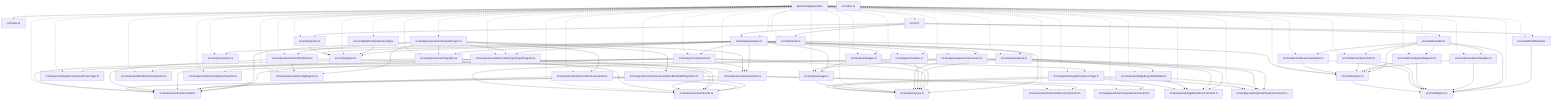
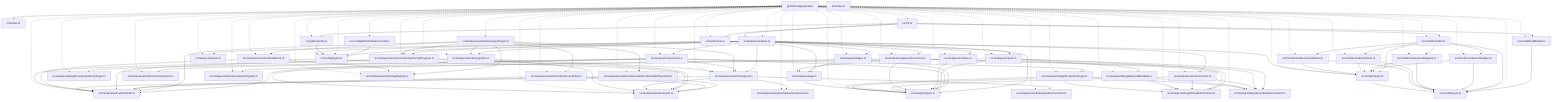
graph TD
  package__ankhorage_paradox["@ankhorage/paradox"]
  entrypoint_src_index_ts["src/index.ts"]
  package__ankhorage_paradox --> entrypoint_src_index_ts
  module_src_analyze_analyze_ts["src/analyze/analyze.ts"]
  package__ankhorage_paradox -.-> module_src_analyze_analyze_ts
  module_src_analyze_analyze_ts --> module_src_analyze_badges_ts
  module_src_analyze_analyze_ts --> module_src_analyze_components_ts
  module_src_analyze_analyze_ts --> module_src_analyze_exports_ts
  module_src_analyze_analyze_ts --> module_src_analyze_modules_ts
  module_src_analyze_analyze_ts --> module_src_analyze_project_ts
  module_src_analyze_analyze_ts --> module_src_analyze_semantic_createTypeScriptProgram_ts
  module_src_analyze_analyze_ts --> module_src_analyze_semantic_exports_ts
  module_src_analyze_analyze_ts --> module_src_analyze_semantic_graphs_ts
  module_src_analyze_analyze_ts --> module_src_analyze_sequenceScenarios_ts
+   module_src_analyze_analyze_ts --> module_src_analyze_sourceFunctions_ts
  module_src_analyze_analyze_ts --> module_src_analyze_types_ts
  module_src_analyze_analyze_ts --> module_src_analyze_usage_ts
  module_src_analyze_analyze_ts --> module_src_config_types_ts
  module_src_analyze_badges_ts["src/analyze/badges.ts"]
  package__ankhorage_paradox -.-> module_src_analyze_badges_ts
  module_src_analyze_badges_ts --> module_src_analyze_types_ts
  module_src_analyze_badges_ts --> module_src_analyze_usage_ts
  module_src_analyze_components_ts["src/analyze/components.ts"]
  package__ankhorage_paradox -.-> module_src_analyze_components_ts
  module_src_analyze_components_ts --> module_src_analyze_semantic_exports_ts
  module_src_analyze_components_ts --> module_src_analyze_semantic_model_ts
  module_src_analyze_components_ts --> module_src_analyze_types_ts
  module_src_analyze_components_ts --> module_src_analyze_utils_getComponentPropsType_ts
  module_src_analyze_components_ts --> module_src_analyze_utils_getPropsFromType_ts
  module_src_analyze_components_ts --> module_src_analyze_utils_isReactComponent_ts
  module_src_analyze_exports_ts["src/analyze/exports.ts"]
  package__ankhorage_paradox -.-> module_src_analyze_exports_ts
  module_src_analyze_exports_ts --> module_src_analyze_types_ts
  module_src_analyze_exports_ts --> module_src_analyze_utils_getExportMetadata_ts
  module_src_analyze_exports_ts --> module_src_analyze_utils_getParadoxComment_ts
  module_src_analyze_exports_ts --> module_src_analyze_utils_parseParadoxComment_ts
  module_src_analyze_exports_ts --> module_src_analyze_utils_resolveExportSymbol_ts
  module_src_analyze_modules_ts["src/analyze/modules.ts"]
  package__ankhorage_paradox -.-> module_src_analyze_modules_ts
  module_src_analyze_modules_ts --> module_src_analyze_types_ts
  module_src_analyze_project_ts["src/analyze/project.ts"]
  package__ankhorage_paradox -.-> module_src_analyze_project_ts
  module_src_analyze_semantic_analyzeProject_ts["src/analyze/semantic/analyzeProject.ts"]
  package__ankhorage_paradox -.-> module_src_analyze_semantic_analyzeProject_ts
  module_src_analyze_semantic_analyzeProject_ts --> module_src_analyze_semantic_associateDocBlocksWithSymbols_ts
  module_src_analyze_semantic_analyzeProject_ts --> module_src_analyze_semantic_collectSourceFiles_ts
  module_src_analyze_semantic_analyzeProject_ts --> module_src_analyze_semantic_createTypeScriptProgram_ts
  module_src_analyze_semantic_analyzeProject_ts --> module_src_analyze_semantic_docBlocks_ts
  module_src_analyze_semantic_analyzeProject_ts --> module_src_analyze_semantic_exports_ts
  module_src_analyze_semantic_analyzeProject_ts --> module_src_analyze_semantic_graphs_ts
  module_src_analyze_semantic_analyzeProject_ts --> module_src_analyze_semantic_model_ts
  module_src_analyze_semantic_analyzeProject_ts --> module_src_analyze_semantic_tagRegistry_ts
  module_src_analyze_semantic_associateDocBlocksWithSymbols_ts["src/analyze/semantic/associateDocBlocksWithSymbols.ts"]
  package__ankhorage_paradox -.-> module_src_analyze_semantic_associateDocBlocksWithSymbols_ts
  module_src_analyze_semantic_associateDocBlocksWithSymbols_ts --> module_src_analyze_semantic_model_ts
  module_src_analyze_semantic_associateDocBlocksWithSymbols_ts --> module_src_analyze_semantic_utils_ts
  module_src_analyze_semantic_collectSourceFiles_ts["src/analyze/semantic/collectSourceFiles.ts"]
  package__ankhorage_paradox -.-> module_src_analyze_semantic_collectSourceFiles_ts
  module_src_analyze_semantic_collectSourceFiles_ts --> module_src_analyze_semantic_model_ts
  module_src_analyze_semantic_collectSourceFiles_ts --> module_src_analyze_semantic_utils_ts
  module_src_analyze_semantic_createTypeScriptProgram_ts["src/analyze/semantic/createTypeScriptProgram.ts"]
  package__ankhorage_paradox -.-> module_src_analyze_semantic_createTypeScriptProgram_ts
  module_src_analyze_semantic_createTypeScriptProgram_ts --> module_src_analyze_semantic_model_ts
  module_src_analyze_semantic_createTypeScriptProgram_ts --> module_src_analyze_semantic_utils_ts
  module_src_analyze_semantic_docBlocks_ts["src/analyze/semantic/docBlocks.ts"]
  package__ankhorage_paradox -.-> module_src_analyze_semantic_docBlocks_ts
  module_src_analyze_semantic_docBlocks_ts --> module_src_analyze_semantic_model_ts
  module_src_analyze_semantic_docBlocks_ts --> module_src_analyze_semantic_tagRegistry_ts
  module_src_analyze_semantic_docBlocks_ts --> module_src_analyze_semantic_utils_ts
  module_src_analyze_semantic_exports_ts["src/analyze/semantic/exports.ts"]
  package__ankhorage_paradox -.-> module_src_analyze_semantic_exports_ts
  module_src_analyze_semantic_exports_ts --> module_src_analyze_semantic_isReactComponent_ts
  module_src_analyze_semantic_exports_ts --> module_src_analyze_semantic_model_ts
  module_src_analyze_semantic_exports_ts --> module_src_analyze_semantic_paradoxComment_ts
  module_src_analyze_semantic_exports_ts --> module_src_analyze_semantic_utils_ts
  module_src_analyze_semantic_graphs_ts["src/analyze/semantic/graphs.ts"]
  package__ankhorage_paradox -.-> module_src_analyze_semantic_graphs_ts
  module_src_analyze_semantic_graphs_ts --> module_src_analyze_semantic_exports_ts
  module_src_analyze_semantic_graphs_ts --> module_src_analyze_semantic_model_ts
  module_src_analyze_semantic_graphs_ts --> module_src_analyze_semantic_utils_ts
  module_src_analyze_semantic_isReactComponent_ts["src/analyze/semantic/isReactComponent.ts"]
  package__ankhorage_paradox -.-> module_src_analyze_semantic_isReactComponent_ts
  module_src_analyze_semantic_model_ts["src/analyze/semantic/model.ts"]
  package__ankhorage_paradox -.-> module_src_analyze_semantic_model_ts
  module_src_analyze_semantic_paradoxComment_ts["src/analyze/semantic/paradoxComment.ts"]
  package__ankhorage_paradox -.-> module_src_analyze_semantic_paradoxComment_ts
  module_src_analyze_semantic_tagRegistry_ts["src/analyze/semantic/tagRegistry.ts"]
  package__ankhorage_paradox -.-> module_src_analyze_semantic_tagRegistry_ts
  module_src_analyze_semantic_utils_ts["src/analyze/semantic/utils.ts"]
  package__ankhorage_paradox -.-> module_src_analyze_semantic_utils_ts
  module_src_analyze_sequenceScenarios_ts["src/analyze/sequenceScenarios.ts"]
  package__ankhorage_paradox -.-> module_src_analyze_sequenceScenarios_ts
  module_src_analyze_sequenceScenarios_ts --> module_src_analyze_semantic_utils_ts
  module_src_analyze_sequenceScenarios_ts --> module_src_analyze_types_ts
  module_src_analyze_sequenceScenarios_ts --> module_src_analyze_usage_ts
  module_src_analyze_sequenceScenarios_ts --> module_src_analyze_utils_getParadoxComment_ts
  module_src_analyze_sequenceScenarios_ts --> module_src_analyze_utils_parseParadoxComment_ts
+   module_src_analyze_sourceFunctions_ts["src/analyze/sourceFunctions.ts"]
+   package__ankhorage_paradox -.-> module_src_analyze_sourceFunctions_ts
+   module_src_analyze_sourceFunctions_ts --> module_src_analyze_types_ts
+   module_src_analyze_sourceFunctions_ts --> module_src_analyze_utils_getParadoxComment_ts
+   module_src_analyze_sourceFunctions_ts --> module_src_analyze_utils_parseParadoxComment_ts
  module_src_analyze_types_ts["src/analyze/types.ts"]
  package__ankhorage_paradox -.-> module_src_analyze_types_ts
  module_src_analyze_usage_ts["src/analyze/usage.ts"]
  package__ankhorage_paradox -.-> module_src_analyze_usage_ts
  module_src_analyze_usage_ts --> module_src_analyze_types_ts
  module_src_analyze_utils_getComponentPropsType_ts["src/analyze/utils/getComponentPropsType.ts"]
  package__ankhorage_paradox -.-> module_src_analyze_utils_getComponentPropsType_ts
  module_src_analyze_utils_getExportMetadata_ts["src/analyze/utils/getExportMetadata.ts"]
  package__ankhorage_paradox -.-> module_src_analyze_utils_getExportMetadata_ts
  module_src_analyze_utils_getExportMetadata_ts --> module_src_analyze_types_ts
  module_src_analyze_utils_getExportMetadata_ts --> module_src_analyze_utils_getParadoxComment_ts
  module_src_analyze_utils_getExportMetadata_ts --> module_src_analyze_utils_parseParadoxComment_ts
  module_src_analyze_utils_getParadoxComment_ts["src/analyze/utils/getParadoxComment.ts"]
  package__ankhorage_paradox -.-> module_src_analyze_utils_getParadoxComment_ts
  module_src_analyze_utils_getPropsFromType_ts["src/analyze/utils/getPropsFromType.ts"]
  package__ankhorage_paradox -.-> module_src_analyze_utils_getPropsFromType_ts
  module_src_analyze_utils_getPropsFromType_ts --> module_src_analyze_types_ts
  module_src_analyze_utils_getPropsFromType_ts --> module_src_analyze_utils_getParadoxComment_ts
  module_src_analyze_utils_getPropsFromType_ts --> module_src_analyze_utils_parseParadoxComment_ts
  module_src_analyze_utils_isReactComponent_ts["src/analyze/utils/isReactComponent.ts"]
  package__ankhorage_paradox -.-> module_src_analyze_utils_isReactComponent_ts
  module_src_analyze_utils_parseParadoxComment_ts["src/analyze/utils/parseParadoxComment.ts"]
  package__ankhorage_paradox -.-> module_src_analyze_utils_parseParadoxComment_ts
  module_src_analyze_utils_resolveExportSymbol_ts["src/analyze/utils/resolveExportSymbol.ts"]
  package__ankhorage_paradox -.-> module_src_analyze_utils_resolveExportSymbol_ts
  module_src_cli_ts["src/cli.ts"]
  package__ankhorage_paradox -.-> module_src_cli_ts
  module_src_cli_ts --> module_src_analyze_analyze_ts
  module_src_cli_ts --> module_src_model_buildModel_ts
  module_src_cli_ts --> module_src_paths_policy_ts
  module_src_cli_ts --> module_src_render_render_ts
  module_src_cli_ts --> module_src_write_write_ts
  module_src_config_defineParadoxConfig_ts["src/config/defineParadoxConfig.ts"]
  package__ankhorage_paradox -.-> module_src_config_defineParadoxConfig_ts
  module_src_config_defineParadoxConfig_ts --> module_src_config_types_ts
  module_src_config_types_ts["src/config/types.ts"]
  package__ankhorage_paradox -.-> module_src_config_types_ts
  module_src_index_ts["src/index.ts"]
  module_src_model_buildModel_ts["src/model/buildModel.ts"]
  package__ankhorage_paradox -.-> module_src_model_buildModel_ts
  module_src_model_buildModel_ts --> module_src_model_types_ts
  module_src_model_types_ts["src/model/types.ts"]
  package__ankhorage_paradox -.-> module_src_model_types_ts
  module_src_paths_policy_ts["src/paths/policy.ts"]
  package__ankhorage_paradox -.-> module_src_paths_policy_ts
  module_src_paths_policy_ts --> module_src_config_types_ts
  module_src_render_render_ts["src/render/render.ts"]
  package__ankhorage_paradox -.-> module_src_render_render_ts
  module_src_render_render_ts --> module_src_model_types_ts
  module_src_render_render_ts --> module_src_render_renderers_badges_ts
  module_src_render_render_ts --> module_src_render_renderers_diagrams_ts
  module_src_render_render_ts --> module_src_render_renderers_html_ts
  module_src_render_render_ts --> module_src_render_renderers_markdown_ts
  module_src_render_render_ts --> module_src_render_types_ts
  module_src_render_renderers_badges_ts["src/render/renderers/badges.ts"]
  package__ankhorage_paradox -.-> module_src_render_renderers_badges_ts
  module_src_render_renderers_badges_ts --> module_src_model_types_ts
  module_src_render_renderers_badges_ts --> module_src_render_types_ts
  module_src_render_renderers_diagrams_ts["src/render/renderers/diagrams.ts"]
  package__ankhorage_paradox -.-> module_src_render_renderers_diagrams_ts
  module_src_render_renderers_diagrams_ts --> module_src_model_types_ts
  module_src_render_renderers_diagrams_ts --> module_src_render_types_ts
  module_src_render_renderers_html_ts["src/render/renderers/html.ts"]
  package__ankhorage_paradox -.-> module_src_render_renderers_html_ts
  module_src_render_renderers_html_ts --> module_src_model_types_ts
  module_src_render_renderers_html_ts --> module_src_render_types_ts
  module_src_render_renderers_markdown_ts["src/render/renderers/markdown.ts"]
  package__ankhorage_paradox -.-> module_src_render_renderers_markdown_ts
  module_src_render_renderers_markdown_ts --> module_src_model_types_ts
  module_src_render_renderers_markdown_ts --> module_src_render_types_ts
  module_src_render_types_ts["src/render/types.ts"]
  package__ankhorage_paradox -.-> module_src_render_types_ts
  module_src_render_types_ts --> module_src_model_types_ts
  module_src_write_write_ts["src/write/write.ts"]
  package__ankhorage_paradox -.-> module_src_write_write_ts
  module_src_write_write_ts --> module_src_config_types_ts
  module_src_write_write_ts --> module_src_render_types_ts
